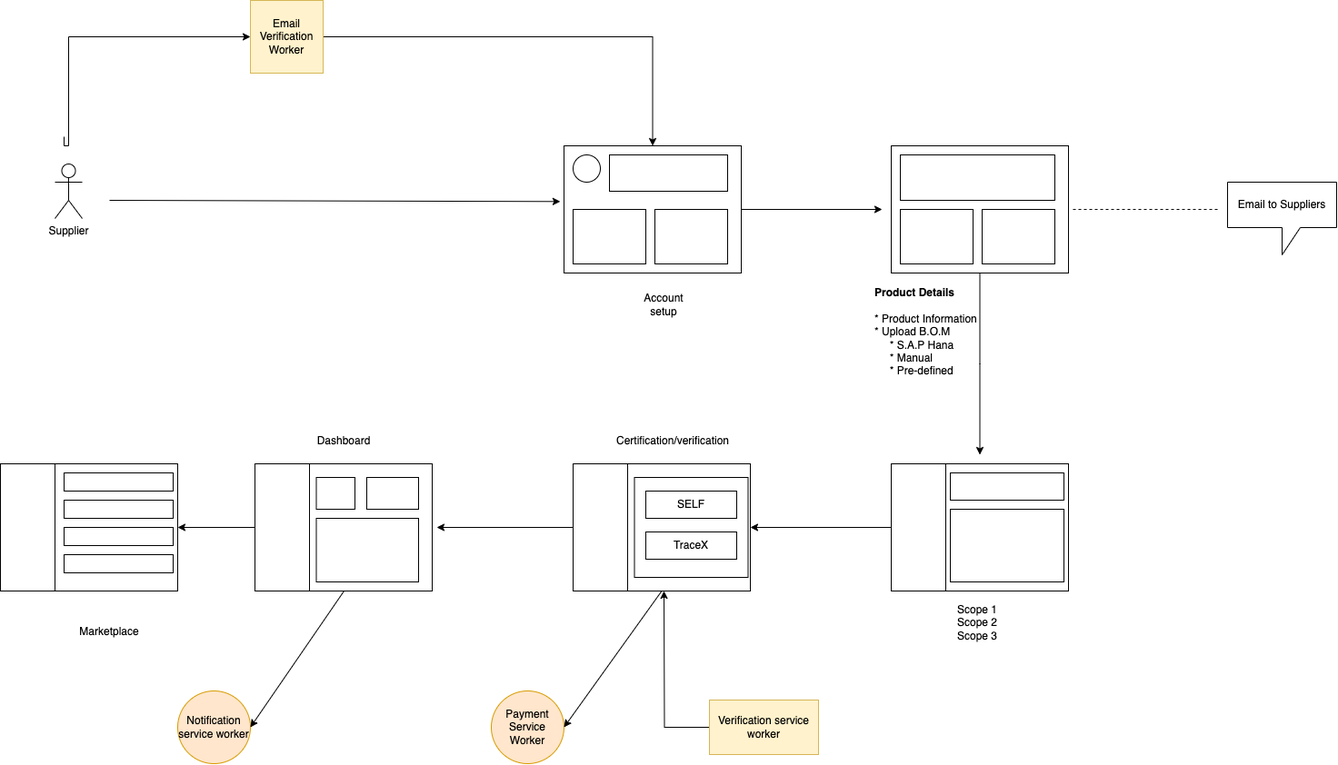
Before: system-diagram-tracex.drawio.png, a diagram exported from draw.io (PriyathamVarma/traceX). Source tidied: cells renumbered, new cells last; positions are measured from the earlier drawing's top-left corner, leaving out a move shared by most shapes.
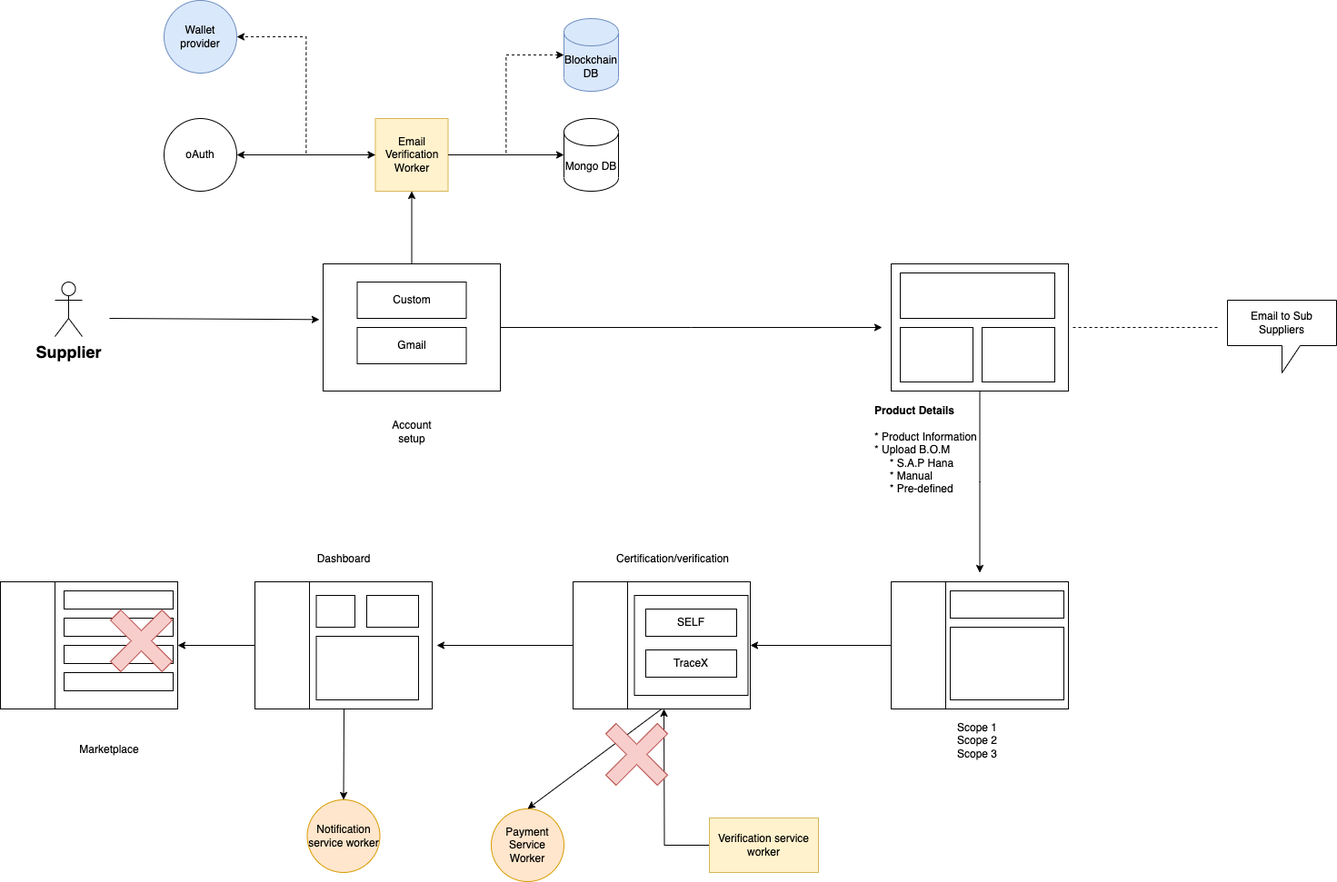
Later version of the same file.

Change to the diagram source:
```diff
@@ -2,24 +2,17 @@
   <root>
     <mxCell id="0" />
     <mxCell id="1" parent="0" />
-    <mxCell id="2" style="edgeStyle=orthogonalEdgeStyle;rounded=0;jettySize=auto;html=1;entryX=0.5;entryY=0;entryDx=0;entryDy=0;exitX=1;exitY=0.5;exitDx=0;exitDy=0;" parent="1" edge="1" source="5" target="8">
-      <mxGeometry relative="1" as="geometry" />
-    </mxCell>
-    <mxCell id="3" style="edgeStyle=orthogonalEdgeStyle;rounded=0;jettySize=auto;html=1;entryX=0;entryY=0.5;entryDx=0;entryDy=0;" parent="1" edge="1" target="5">
-      <mxGeometry relative="1" as="geometry">
-        <mxPoint x="70" y="150" as="sourcePoint" />
-        <Array as="points">
-          <mxPoint x="70" y="160" />
-          <mxPoint x="75" y="160" />
-          <mxPoint x="75" y="40" />
-        </Array>
-      </mxGeometry>
-    </mxCell>
-    <mxCell id="4" value="Supplier" style="shape=umlActor;verticalLabelPosition=bottom;verticalAlign=top;html=1;" parent="1" vertex="1">
+    <mxCell id="4" value="&lt;b&gt;&lt;font style=&quot;font-size: 18px;&quot;&gt;Supplier&lt;/font&gt;&lt;/b&gt;" style="shape=umlActor;verticalLabelPosition=bottom;verticalAlign=top;html=1;" parent="1" vertex="1">
       <mxGeometry x="60" y="180" width="30" height="60" as="geometry" />
     </mxCell>
+    <mxCell id="55" style="edgeStyle=orthogonalEdgeStyle;rounded=0;jettySize=auto;html=1;" parent="1" edge="1" source="5" target="60">
+      <mxGeometry relative="1" as="geometry" />
+    </mxCell>
+    <mxCell id="56" style="edgeStyle=orthogonalEdgeStyle;rounded=0;jettySize=auto;html=1;entryX=1;entryY=0.5;entryDx=0;entryDy=0;dashed=1;" parent="1" edge="1" source="5" target="67">
+      <mxGeometry relative="1" as="geometry" />
+    </mxCell>
     <mxCell id="5" value="Email Verification Worker" style="whiteSpace=wrap;html=1;fillColor=#fff2cc;strokeColor=#d6b656;" parent="1" vertex="1">
-      <mxGeometry x="275" width="80" height="80" as="geometry" />
+      <mxGeometry x="412.5" width="80" height="80" as="geometry" />
     </mxCell>
     <mxCell id="6" style="endArrow=classic;html=1;rounded=0;entryX=-0.021;entryY=0.438;entryDx=0;entryDy=0;entryPerimeter=0;" parent="1" edge="1" target="8">
       <mxGeometry relative="1" as="geometry">
@@ -31,24 +24,15 @@
         <mxPoint x="970" y="230" as="targetPoint" />
       </mxGeometry>
     </mxCell>
+    <mxCell id="57" style="edgeStyle=orthogonalEdgeStyle;rounded=0;jettySize=auto;html=1;entryX=0.5;entryY=1;entryDx=0;entryDy=0;" parent="1" edge="1" source="8" target="5">
+      <mxGeometry relative="1" as="geometry" />
+    </mxCell>
     <mxCell id="8" style="rounded=0;whiteSpace=wrap;html=1;" parent="1" vertex="1">
-      <mxGeometry x="620" y="160" width="195" height="140" as="geometry" />
+      <mxGeometry x="355" y="160" width="195" height="140" as="geometry" />
     </mxCell>
     <mxCell id="9" value="Account setup" style="text;html=1;strokeColor=none;fillColor=none;align=center;verticalAlign=middle;whiteSpace=wrap;rounded=0;" parent="1" vertex="1">
-      <mxGeometry x="700" y="320" width="60" height="30" as="geometry" />
+      <mxGeometry x="422.5" y="330" width="60" height="30" as="geometry" />
     </mxCell>
-    <mxCell id="10" style="ellipse;whiteSpace=wrap;html=1;" parent="1" vertex="1">
-      <mxGeometry x="630" y="170" width="30" height="30" as="geometry" />
-    </mxCell>
-    <mxCell id="11" style="rounded=0;whiteSpace=wrap;html=1;" parent="1" vertex="1">
-      <mxGeometry x="670" y="170" width="130" height="40" as="geometry" />
-    </mxCell>
-    <mxCell id="12" style="rounded=0;whiteSpace=wrap;html=1;" parent="1" vertex="1">
-      <mxGeometry x="630" y="230" width="80" height="60" as="geometry" />
-    </mxCell>
-    <mxCell id="13" style="rounded=0;whiteSpace=wrap;html=1;" parent="1" vertex="1">
-      <mxGeometry x="720" y="230" width="80" height="60" as="geometry" />
-    </mxCell>
     <mxCell id="14" style="edgeStyle=orthogonalEdgeStyle;rounded=0;jettySize=auto;html=1;" parent="1" edge="1" source="15">
       <mxGeometry relative="1" as="geometry">
         <mxPoint x="1077.5" y="500" as="targetPoint" />
@@ -69,7 +53,7 @@
     <mxCell id="19" style="rounded=0;whiteSpace=wrap;html=1;" parent="1" vertex="1">
       <mxGeometry x="1080" y="230" width="80" height="60" as="geometry" />
     </mxCell>
-    <mxCell id="20" value="Email to Suppliers" style="shape=callout;whiteSpace=wrap;html=1;perimeter=calloutPerimeter;" parent="1" vertex="1">
+    <mxCell id="20" value="Email to Sub Suppliers" style="shape=callout;whiteSpace=wrap;html=1;perimeter=calloutPerimeter;" parent="1" vertex="1">
       <mxGeometry x="1350" y="200" width="120" height="80" as="geometry" />
     </mxCell>
     <mxCell id="21" style="endArrow=none;dashed=1;html=1;rounded=0;" parent="1" edge="1">
@@ -122,7 +106,7 @@
     <mxCell id="35" value="Payment Service Worker" style="ellipse;whiteSpace=wrap;html=1;fillColor=#ffe6cc;strokeColor=#d79b00;" parent="1" vertex="1">
       <mxGeometry x="540" y="760" width="80" height="80" as="geometry" />
     </mxCell>
-    <mxCell id="36" style="endArrow=classic;html=1;rounded=0;exitX=0.5;exitY=1;exitDx=0;exitDy=0;entryX=1;entryY=0.5;entryDx=0;entryDy=0;" parent="1" edge="1" source="28" target="35">
+    <mxCell id="36" style="endArrow=classic;html=1;rounded=0;exitX=0.5;exitY=1;exitDx=0;exitDy=0;entryX=0.5;entryY=0;entryDx=0;entryDy=0;" parent="1" edge="1" source="28" target="35">
       <mxGeometry relative="1" as="geometry" />
     </mxCell>
     <mxCell id="37" style="rounded=0;whiteSpace=wrap;html=1;" parent="1" vertex="1">
@@ -168,9 +152,9 @@
       <mxGeometry x="90" y="680" width="60" height="30" as="geometry" />
     </mxCell>
     <mxCell id="51" value="Notification service worker" style="ellipse;whiteSpace=wrap;html=1;fillColor=#ffe6cc;strokeColor=#d79b00;" parent="1" vertex="1">
-      <mxGeometry x="195" y="760" width="80" height="80" as="geometry" />
+      <mxGeometry x="337.5" y="750" width="80" height="80" as="geometry" />
     </mxCell>
-    <mxCell id="52" style="endArrow=classic;html=1;rounded=0;exitX=0.5;exitY=1;exitDx=0;exitDy=0;entryX=1;entryY=0.5;entryDx=0;entryDy=0;" parent="1" edge="1" target="51">
+    <mxCell id="52" style="endArrow=classic;html=1;rounded=0;exitX=0.5;exitY=1;exitDx=0;exitDy=0;entryX=0.5;entryY=0;entryDx=0;entryDy=0;" parent="1" edge="1" target="51">
       <mxGeometry relative="1" as="geometry">
         <mxPoint x="378" y="650" as="sourcePoint" />
       </mxGeometry>
@@ -183,5 +167,35 @@
     <mxCell id="54" value="Verification service worker" style="rounded=0;whiteSpace=wrap;html=1;fillColor=#fff2cc;strokeColor=#d6b656;" parent="1" vertex="1">
       <mxGeometry x="780" y="770" width="120" height="60" as="geometry" />
     </mxCell>
+    <mxCell id="58" value="Custom" style="rounded=0;whiteSpace=wrap;html=1;" parent="1" vertex="1">
+      <mxGeometry x="392.5" y="180" width="120" height="40" as="geometry" />
+    </mxCell>
+    <mxCell id="59" value="Gmail" style="rounded=0;whiteSpace=wrap;html=1;" parent="1" vertex="1">
+      <mxGeometry x="392.5" y="230" width="120" height="40" as="geometry" />
+    </mxCell>
+    <mxCell id="60" value="Mongo DB" style="shape=cylinder3;whiteSpace=wrap;html=1;boundedLbl=1;backgroundOutline=1;size=15;" parent="1" vertex="1">
+      <mxGeometry x="620" width="60" height="80" as="geometry" />
+    </mxCell>
+    <mxCell id="61" value="Blockchain DB" style="shape=cylinder3;whiteSpace=wrap;html=1;boundedLbl=1;backgroundOutline=1;size=15;fillColor=#dae8fc;strokeColor=#6c8ebf;" parent="1" vertex="1">
+      <mxGeometry x="620" y="-110" width="60" height="80" as="geometry" />
+    </mxCell>
+    <mxCell id="62" style="edgeStyle=orthogonalEdgeStyle;rounded=0;jettySize=auto;html=1;entryX=0;entryY=0.5;entryDx=0;entryDy=0;entryPerimeter=0;dashed=1;" parent="1" edge="1" source="5" target="61">
+      <mxGeometry relative="1" as="geometry" />
+    </mxCell>
+    <mxCell id="63" value="oAuth" style="ellipse;whiteSpace=wrap;html=1;" parent="1" vertex="1">
+      <mxGeometry x="180" width="80" height="80" as="geometry" />
+    </mxCell>
+    <mxCell id="64" style="endArrow=classic;startArrow=classic;html=1;rounded=0;exitX=1;exitY=0.5;exitDx=0;exitDy=0;entryX=0;entryY=0.5;entryDx=0;entryDy=0;" parent="1" edge="1" source="63" target="5">
+      <mxGeometry relative="1" as="geometry" />
+    </mxCell>
+    <mxCell id="65" style="shape=cross;whiteSpace=wrap;html=1;rotation=-45;fillColor=#f8cecc;strokeColor=#b85450;" parent="1" vertex="1">
+      <mxGeometry x="660" y="660" width="80" height="80" as="geometry" />
+    </mxCell>
+    <mxCell id="66" style="shape=cross;whiteSpace=wrap;html=1;rotation=-45;fillColor=#f8cecc;strokeColor=#b85450;" parent="1" vertex="1">
+      <mxGeometry x="115" y="535" width="80" height="80" as="geometry" />
+    </mxCell>
+    <mxCell id="67" value="Wallet provider" style="ellipse;whiteSpace=wrap;html=1;fillColor=#dae8fc;strokeColor=#6c8ebf;" parent="1" vertex="1">
+      <mxGeometry x="180" y="-130" width="80" height="80" as="geometry" />
+    </mxCell>
   </root>
 </mxGraphModel>
```
